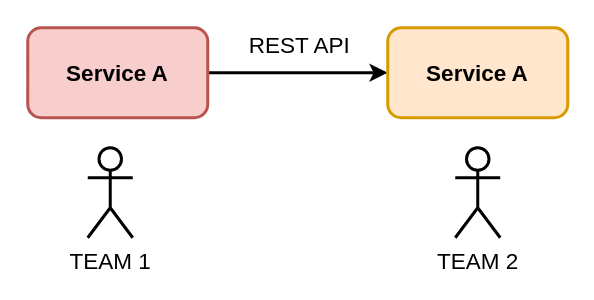
Before: images/draw.io/Communication.drawio in Romanow/openapi-generation, a draw.io diagram. Source tidied: cells renumbered, new cells numbered last; positions are measured from the earlier drawing's top-left corner, leaving out a move shared by most shapes. Both pictures are drawn from the tidied source at 150%, with x=0, y=0 at pixel (27, 27).
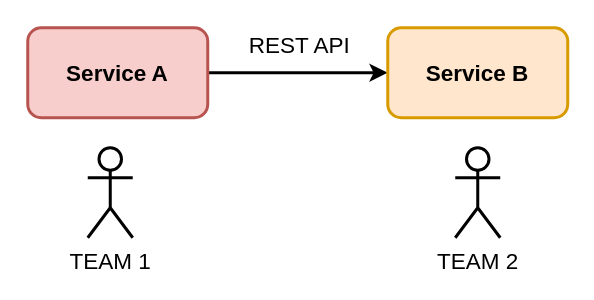
The same diagram, later.

Change to the diagram source:
```diff
@@
 <mxGraphModel>
   <root>
     <mxCell id="0" />
     <mxCell id="1" parent="0" />
     <mxCell id="2" style="edgeStyle=orthogonalEdgeStyle;rounded=0;jettySize=auto;html=1;fontSize=15;strokeWidth=2;" parent="1" edge="1" source="4" target="5">
       <mxGeometry relative="1" as="geometry" />
     </mxCell>
     <mxCell id="3" value="REST API" style="edgeLabel;html=1;align=center;verticalAlign=middle;fontSize=15;" parent="2" vertex="1">
       <mxGeometry x="-0.28" y="5" relative="1" as="geometry">
         <mxPoint x="17" y="-15" as="offset" />
       </mxGeometry>
     </mxCell>
     <mxCell id="4" value="Service A" style="rounded=1;whiteSpace=wrap;html=1;strokeWidth=2;fontSize=15;fontStyle=1;fillColor=#f8cecc;strokeColor=#b85450;" parent="1" vertex="1">
       <mxGeometry width="120" height="60" as="geometry" />
     </mxCell>
-    <mxCell id="5" value="Service A" style="rounded=1;whiteSpace=wrap;html=1;strokeWidth=2;fontSize=15;fontStyle=1;fillColor=#ffe6cc;strokeColor=#d79b00;" parent="1" vertex="1">
+    <mxCell id="5" value="Service B" style="rounded=1;whiteSpace=wrap;html=1;strokeWidth=2;fontSize=15;fontStyle=1;fillColor=#ffe6cc;strokeColor=#d79b00;" parent="1" vertex="1">
       <mxGeometry x="240" width="120" height="60" as="geometry" />
     </mxCell>
     <mxCell id="6" value="TEAM 1" style="shape=umlActor;verticalLabelPosition=bottom;verticalAlign=top;html=1;fontSize=15;strokeWidth=2;" parent="1" vertex="1">
       <mxGeometry x="40" y="80" width="30" height="60" as="geometry" />
     </mxCell>
     <mxCell id="7" value="TEAM 2" style="shape=umlActor;verticalLabelPosition=bottom;verticalAlign=top;html=1;fontSize=15;strokeWidth=2;" parent="1" vertex="1">
       <mxGeometry x="285" y="80" width="30" height="60" as="geometry" />
     </mxCell>
   </root>
 </mxGraphModel>
```
